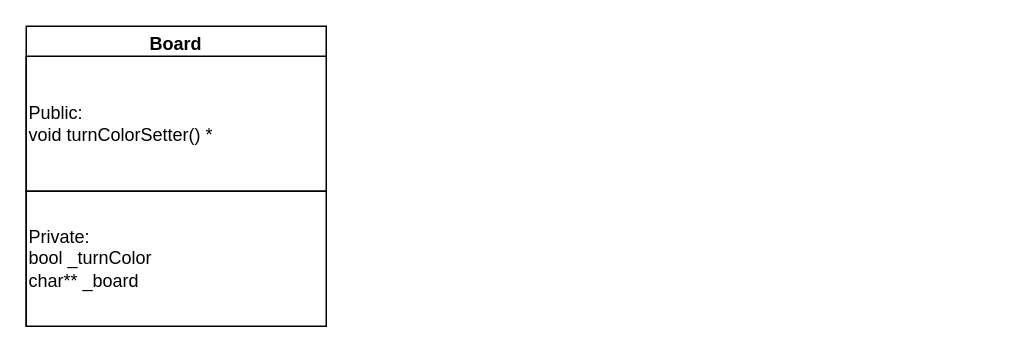
Before: Magshimim Chess UML.drawio in alonshuld/Chess, a draw.io diagram. Source tidied: cells renumbered, new cells numbered last; positions are measured from the earlier drawing's top-left corner, leaving out a move shared by most shapes. Both pictures are drawn from the tidied source at 150%, with x=0, y=0 at pixel (26, 26).
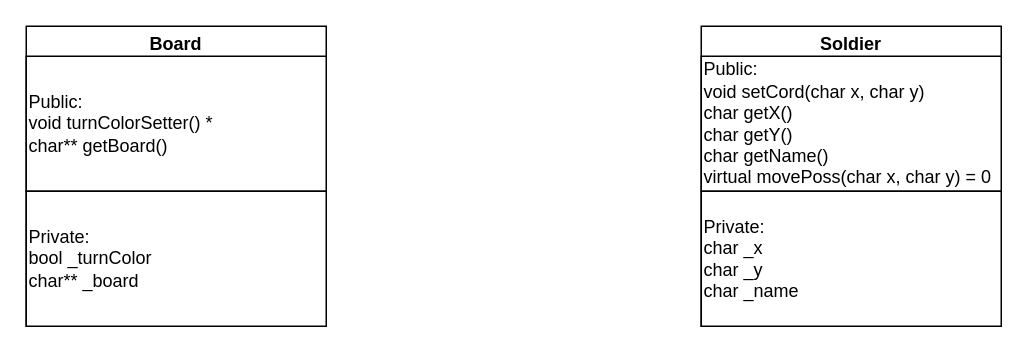
Above is the later version.

Diff of the diagram source:
```diff
@@
 <mxGraphModel>
   <root>
     <mxCell id="0" />
     <mxCell id="1" parent="0" />
     <mxCell id="2" value="Board" style="swimlane;" parent="1" vertex="1">
       <mxGeometry width="200" height="200" as="geometry" />
     </mxCell>
-    <mxCell id="3" value="Public:&lt;br&gt;void turnColorSetter() *" style="rounded=0;whiteSpace=wrap;html=1;align=left;" parent="2" vertex="1">
+    <mxCell id="3" value="Public:&lt;br&gt;void turnColorSetter() *&lt;br&gt;char** getBoard()" style="rounded=0;whiteSpace=wrap;html=1;align=left;" parent="2" vertex="1">
       <mxGeometry y="20" width="200" height="90" as="geometry" />
     </mxCell>
     <mxCell id="4" value="Private:&lt;br&gt;bool _turnColor&lt;br&gt;char** _board" style="rounded=0;whiteSpace=wrap;html=1;align=left;" parent="1" vertex="1">
       <mxGeometry y="110" width="200" height="90" as="geometry" />
     </mxCell>
+    <mxCell id="5" value="Soldier" style="swimlane;" parent="1" vertex="1">
+      <mxGeometry x="450" width="200" height="200" as="geometry" />
+    </mxCell>
+    <mxCell id="6" value="Public:&lt;br&gt;void setCord(char x, char y)&lt;br&gt;char getX()&lt;br&gt;char getY()&lt;br&gt;char getName()&lt;br&gt;virtual movePoss(char x, char y) = 0&lt;br&gt;" style="rounded=0;whiteSpace=wrap;html=1;align=left;" parent="5" vertex="1">
+      <mxGeometry y="20" width="200" height="90" as="geometry" />
+    </mxCell>
+    <mxCell id="7" value="Private:&lt;br&gt;char _x&lt;br&gt;char _y&lt;br&gt;char _name" style="rounded=0;whiteSpace=wrap;html=1;align=left;" parent="5" vertex="1">
+      <mxGeometry y="110" width="200" height="90" as="geometry" />
+    </mxCell>
   </root>
 </mxGraphModel>
```
